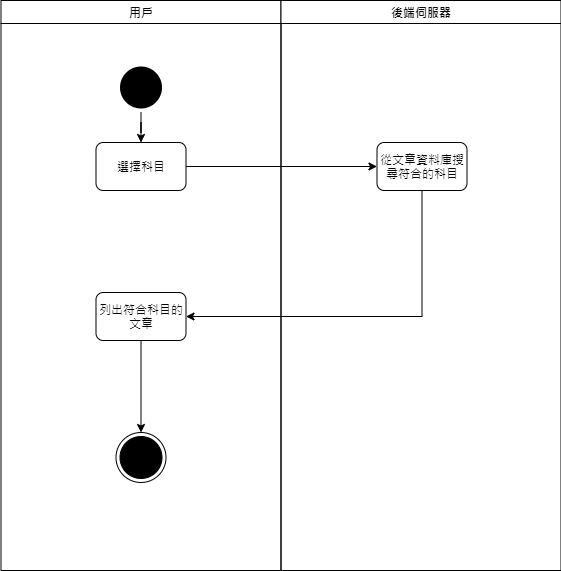
Above: src/main/uml/subjectsearch.png in 10746010/Plearnet-back-end (draw.io), before the change. Source tidied: cells renumbered, new cells last; positions are measured from the earlier drawing's top-left corner, leaving out a move shared by most shapes.
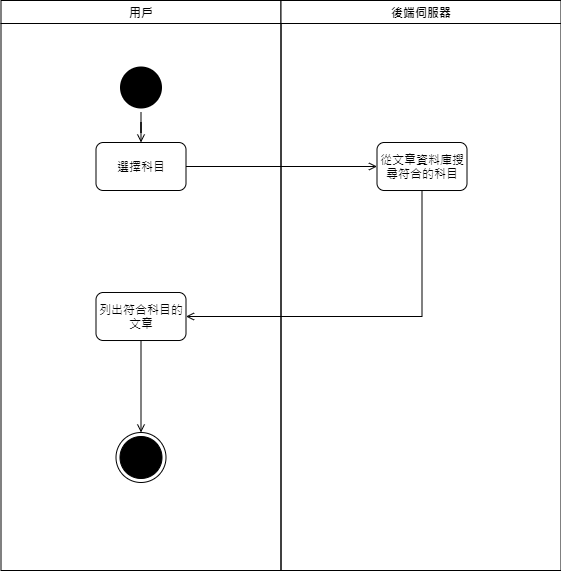
The same file after the commit.

Commit message:
update subjectsearch Activity diagram

Diff of the diagram source:
```diff
@@ -8,7 +8,7 @@
     <mxCell id="3" value="後端伺服器" style="swimlane;whiteSpace=wrap;" parent="1" vertex="1">
       <mxGeometry x="280.5" width="280" height="570" as="geometry" />
     </mxCell>
-    <mxCell id="4" style="edgeStyle=orthogonalEdgeStyle;rounded=0;jettySize=auto;html=1;" parent="1" edge="1" source="5" target="6">
+    <mxCell id="4" style="edgeStyle=orthogonalEdgeStyle;rounded=0;jettySize=auto;html=1;endArrow=open;endFill=0;" parent="1" edge="1" source="5" target="6">
       <mxGeometry relative="1" as="geometry" />
     </mxCell>
     <mxCell id="5" style="ellipse;shape=startState;fillColor=#000000;strokeColor=none;" parent="1" vertex="1">
@@ -17,7 +17,7 @@
     <mxCell id="6" value="選擇科目" style="rounded=1;whiteSpace=wrap;html=1;" parent="1" vertex="1">
       <mxGeometry x="95.5" y="142" width="90" height="48" as="geometry" />
     </mxCell>
-    <mxCell id="7" style="edgeStyle=orthogonalEdgeStyle;rounded=0;jettySize=auto;html=1;" parent="1" edge="1" source="8" target="9">
+    <mxCell id="7" style="edgeStyle=orthogonalEdgeStyle;rounded=0;jettySize=auto;html=1;endArrow=open;endFill=0;" parent="1" edge="1" source="8" target="9">
       <mxGeometry relative="1" as="geometry" />
     </mxCell>
     <mxCell id="8" value="列出符合科目的&lt;br&gt;文章" style="rounded=1;whiteSpace=wrap;html=1;" parent="1" vertex="1">
@@ -29,10 +29,10 @@
     <mxCell id="10" value="從文章資料庫搜尋符合的科目" style="rounded=1;whiteSpace=wrap;html=1;" parent="1" vertex="1">
       <mxGeometry x="376.5" y="142" width="90" height="48" as="geometry" />
     </mxCell>
-    <mxCell id="11" style="edgeStyle=orthogonalEdgeStyle;rounded=0;jettySize=auto;html=1;" parent="1" edge="1" source="6" target="10">
+    <mxCell id="11" style="edgeStyle=orthogonalEdgeStyle;rounded=0;jettySize=auto;html=1;endArrow=open;endFill=0;" parent="1" edge="1" source="6" target="10">
       <mxGeometry relative="1" as="geometry" />
     </mxCell>
-    <mxCell id="12" style="edgeStyle=orthogonalEdgeStyle;rounded=0;jettySize=auto;html=1;" parent="1" edge="1" source="10" target="8">
+    <mxCell id="12" style="edgeStyle=orthogonalEdgeStyle;rounded=0;jettySize=auto;html=1;endArrow=open;endFill=0;" parent="1" edge="1" source="10" target="8">
       <mxGeometry relative="1" as="geometry">
         <Array as="points">
           <mxPoint x="421" y="316" />
```
